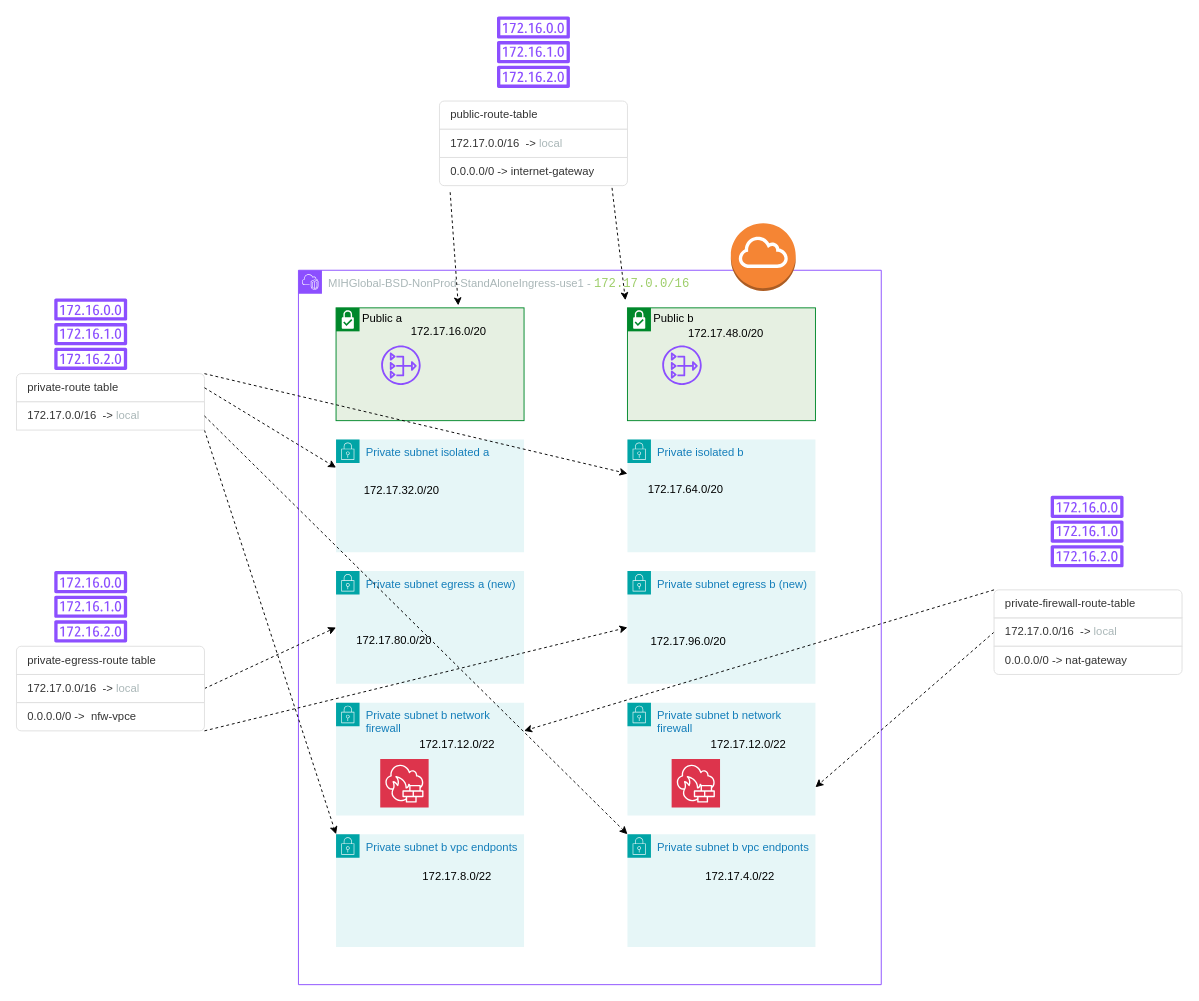
Before: scratch/workload-egress-network.drawio in nwisnewski89/homelab.wisnewski.io, a draw.io diagram. Source tidied: cells renumbered, new cells numbered last; positions are measured from the earlier drawing's top-left corner, leaving out a move shared by most shapes. Both pictures are drawn from the tidied source at 94%, with x=0, y=0 at pixel (16, 16).
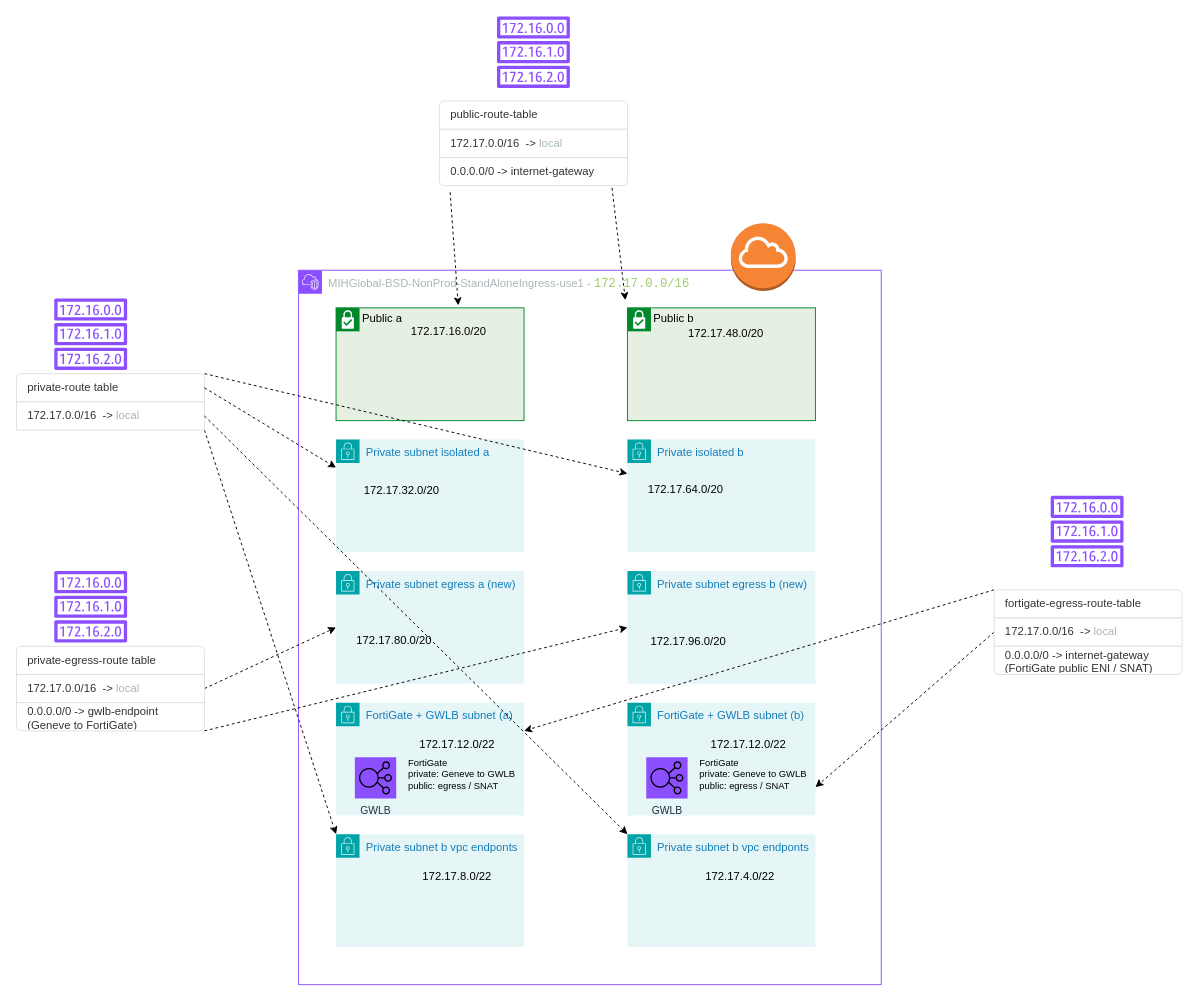
The same page after the edit.

Commit message (it also covers changes not shown here):
Network diagram updates

Unchanged cells that the change refers to:
```xml
<mxCell id="2" value="&lt;span style=&quot;background-color: light-dark(#ffffff, var(--ge-dark-color, #121212));&quot;&gt;MIHGlobal-BSD-NonProd-StandAloneIngress-use1 -&amp;nbsp;&lt;span style=&quot;color: rgb(158, 206, 106); font-family: &amp;quot;JetBrains Mono&amp;quot;, monospace, Consolas, &amp;quot;Courier New&amp;quot;, monospace; font-size: 13px; white-space: pre;&quot;&gt;172.17.0.0/16&lt;/span&gt;&lt;span style=&quot;color: light-dark(rgb(170, 183, 184), rgb(74, 85, 86));&quot;&gt;&amp;nbsp;&lt;/span&gt;&lt;/span&gt;" style="gradientColor=none;html=1;whiteSpace=wrap;fontSize=12;fontStyle=0;shape=mxgraph.aws4.group;grIcon=mxgraph.aws4.group_vpc2;strokeColor=#8C4FFF;fillColor=none;verticalAlign=top;align=left;spacingLeft=30;fontColor=#AAB7B8;dashed=0;" parent="1" vertex="1">
  <mxGeometry x="300" y="270" width="620" height="760" as="geometry" />
</mxCell>
<mxCell id="3" value="Public a" style="shape=mxgraph.ibm.box;prType=subnet;fontStyle=0;verticalAlign=top;align=left;spacingLeft=32;spacingTop=4;fillColor=#E6F0E2;rounded=0;whiteSpace=wrap;html=1;strokeColor=#00882B;strokeWidth=1;dashed=0;spacing=-4;" parent="2" vertex="1">
  <mxGeometry x="40" y="40" width="200" height="120" as="geometry" />
</mxCell>
<mxCell id="6" value="Public b" style="shape=mxgraph.ibm.box;prType=subnet;fontStyle=0;verticalAlign=top;align=left;spacingLeft=32;spacingTop=4;fillColor=#E6F0E2;rounded=0;whiteSpace=wrap;html=1;strokeColor=#00882B;strokeWidth=1;dashed=0;spacing=-4;" parent="2" vertex="1">
  <mxGeometry x="350" y="40" width="200" height="120" as="geometry" />
</mxCell>
<mxCell id="30" style="swimlane;fontStyle=0;horizontal=1;startSize=0;whiteSpace=wrap;html=1;strokeColor=none;fillColor=none;" parent="1" vertex="1">
  <mxGeometry y="670" width="200" height="90" as="geometry" />
</mxCell>
<mxCell id="43" style="swimlane;fontStyle=0;horizontal=1;startSize=0;whiteSpace=wrap;html=1;strokeColor=none;fillColor=none;" parent="1" vertex="1">
  <mxGeometry x="1040" y="610" width="200" height="90" as="geometry" />
</mxCell>
```

Change to the diagram source:
```diff
@@
-    <mxCell id="5" style="sketch=0;fontColor=#232F3E;gradientColor=none;fillColor=#8C4FFF;strokeColor=none;dashed=0;verticalLabelPosition=bottom;verticalAlign=top;align=center;html=1;fontSize=12;fontStyle=0;shape=mxgraph.aws4.nat_gateway;" parent="3" vertex="1">
-      <mxGeometry x="48" y="40" width="42" height="42" as="geometry" />
-    </mxCell>
@@
-    <mxCell id="8" style="sketch=0;fontColor=#232F3E;gradientColor=none;fillColor=#8C4FFF;strokeColor=none;dashed=0;verticalLabelPosition=bottom;verticalAlign=top;align=center;html=1;fontSize=12;fontStyle=0;shape=mxgraph.aws4.nat_gateway;" parent="6" vertex="1">
-      <mxGeometry x="37" y="40" width="42" height="42" as="geometry" />
-    </mxCell>
@@
-    <mxCell id="19" value="Private subnet b network firewall" style="points=[[0,0],[0.25,0],[0.5,0],[0.75,0],[1,0],[1,0.25],[1,0.5],[1,0.75],[1,1],[0.75,1],[0.5,1],[0.25,1],[0,1],[0,0.75],[0,0.5],[0,0.25]];outlineConnect=0;gradientColor=none;html=1;whiteSpace=wrap;fontSize=12;fontStyle=0;shape=mxgraph.aws4.group;grIcon=mxgraph.aws4.group_security_group;grStroke=0;strokeColor=#00A4A6;fillColor=#E6F6F7;verticalAlign=top;align=left;spacingLeft=30;fontColor=#147EBA;dashed=0;" parent="2" vertex="1">
+    <mxCell id="19" value="FortiGate + GWLB subnet (a)" style="points=[[0,0],[0.25,0],[0.5,0],[0.75,0],[1,0],[1,0.25],[1,0.5],[1,0.75],[1,1],[0.75,1],[0.5,1],[0.25,1],[0,1],[0,0.75],[0,0.5],[0,0.25]];outlineConnect=0;gradientColor=none;html=1;whiteSpace=wrap;fontSize=12;fontStyle=0;shape=mxgraph.aws4.group;grIcon=mxgraph.aws4.group_security_group;grStroke=0;strokeColor=#00A4A6;fillColor=#E6F6F7;verticalAlign=top;align=left;spacingLeft=30;fontColor=#147EBA;dashed=0;" parent="2" vertex="1">
       <mxGeometry x="40" y="460" width="200" height="120" as="geometry" />
     </mxCell>
@@
-    <mxCell id="21" style="sketch=0;fontColor=#232F3E;fillColor=#DD344C;strokeColor=#ffffff;dashed=0;verticalLabelPosition=bottom;verticalAlign=top;align=center;html=1;fontSize=12;fontStyle=0;shape=mxgraph.aws4.resourceIcon;resIcon=mxgraph.aws4.network_firewall;" parent="19" vertex="1">
-      <mxGeometry x="47" y="60" width="51.5" height="51.5" as="geometry" />
+    <mxCell id="21" value="GWLB" style="sketch=0;fontColor=#232F3E;gradientColor=none;fillColor=#8C4FFF;strokeColor=none;dashed=0;verticalLabelPosition=bottom;verticalAlign=top;align=center;html=1;fontSize=11;fontStyle=0;shape=mxgraph.aws4.resourceIcon;resIcon=mxgraph.aws4.elastic_load_balancing;" parent="19" vertex="1">
+      <mxGeometry x="20" y="58" width="44" height="44" as="geometry" />
     </mxCell>
+    <mxCell id="57" value="FortiGate&lt;br&gt;private: Geneve to GWLB&lt;br&gt;public: egress / SNAT" style="text;html=1;whiteSpace=wrap;strokeColor=none;fillColor=none;align=left;verticalAlign=top;rounded=0;fontSize=10;" parent="19" vertex="1">
+      <mxGeometry x="75" y="52" width="120" height="52" as="geometry" />
+    </mxCell>
-    <mxCell id="22" value="Private subnet b network firewall" style="points=[[0,0],[0.25,0],[0.5,0],[0.75,0],[1,0],[1,0.25],[1,0.5],[1,0.75],[1,1],[0.75,1],[0.5,1],[0.25,1],[0,1],[0,0.75],[0,0.5],[0,0.25]];outlineConnect=0;gradientColor=none;html=1;whiteSpace=wrap;fontSize=12;fontStyle=0;shape=mxgraph.aws4.group;grIcon=mxgraph.aws4.group_security_group;grStroke=0;strokeColor=#00A4A6;fillColor=#E6F6F7;verticalAlign=top;align=left;spacingLeft=30;fontColor=#147EBA;dashed=0;" parent="2" vertex="1">
+    <mxCell id="22" value="FortiGate + GWLB subnet (b)" style="points=[[0,0],[0.25,0],[0.5,0],[0.75,0],[1,0],[1,0.25],[1,0.5],[1,0.75],[1,1],[0.75,1],[0.5,1],[0.25,1],[0,1],[0,0.75],[0,0.5],[0,0.25]];outlineConnect=0;gradientColor=none;html=1;whiteSpace=wrap;fontSize=12;fontStyle=0;shape=mxgraph.aws4.group;grIcon=mxgraph.aws4.group_security_group;grStroke=0;strokeColor=#00A4A6;fillColor=#E6F6F7;verticalAlign=top;align=left;spacingLeft=30;fontColor=#147EBA;dashed=0;" parent="2" vertex="1">
       <mxGeometry x="350" y="460" width="200" height="120" as="geometry" />
     </mxCell>
@@
-    <mxCell id="24" style="sketch=0;fontColor=#232F3E;fillColor=#DD344C;strokeColor=#ffffff;dashed=0;verticalLabelPosition=bottom;verticalAlign=top;align=center;html=1;fontSize=12;fontStyle=0;shape=mxgraph.aws4.resourceIcon;resIcon=mxgraph.aws4.network_firewall;" parent="22" vertex="1">
-      <mxGeometry x="47" y="60" width="51.5" height="51.5" as="geometry" />
+    <mxCell id="24" value="GWLB" style="sketch=0;fontColor=#232F3E;gradientColor=none;fillColor=#8C4FFF;strokeColor=none;dashed=0;verticalLabelPosition=bottom;verticalAlign=top;align=center;html=1;fontSize=11;fontStyle=0;shape=mxgraph.aws4.resourceIcon;resIcon=mxgraph.aws4.elastic_load_balancing;" parent="22" vertex="1">
+      <mxGeometry x="20" y="58" width="44" height="44" as="geometry" />
     </mxCell>
+    <mxCell id="58" value="FortiGate&lt;br&gt;private: Geneve to GWLB&lt;br&gt;public: egress / SNAT" style="text;html=1;whiteSpace=wrap;strokeColor=none;fillColor=none;align=left;verticalAlign=top;rounded=0;fontSize=10;" parent="22" vertex="1">
+      <mxGeometry x="75" y="52" width="120" height="52" as="geometry" />
+    </mxCell>
@@
-    <mxCell id="33" value="0.0.0.0/0 -&amp;gt;&amp;nbsp; nfw-vpce" style="text;strokeColor=#DFDFDF;fillColor=#FFFFFF;align=left;verticalAlign=middle;spacingLeft=10;spacingRight=10;overflow=hidden;whiteSpace=wrap;html=1;shape=mxgraph.bootstrap.bottomButton;rSize=5;fontColor=#333333;" parent="30" vertex="1">
+    <mxCell id="33" value="0.0.0.0/0 -&amp;gt; gwlb-endpoint (Geneve to FortiGate)" style="text;strokeColor=#DFDFDF;fillColor=#FFFFFF;align=left;verticalAlign=middle;spacingLeft=10;spacingRight=10;overflow=hidden;whiteSpace=wrap;html=1;shape=mxgraph.bootstrap.bottomButton;rSize=5;fontColor=#333333;" parent="30" vertex="1">
       <mxGeometry y="60" width="200" height="30" as="geometry" />
     </mxCell>
@@
-    <mxCell id="44" value="private-firewall-route-table" style="text;strokeColor=#DFDFDF;fillColor=#FFFFFF;align=left;verticalAlign=middle;spacingLeft=10;spacingRight=10;overflow=hidden;whiteSpace=wrap;html=1;shape=mxgraph.bootstrap.topButton;rSize=5;fontColor=#333333;" parent="43" vertex="1">
+    <mxCell id="44" value="fortigate-egress-route-table" style="text;strokeColor=#DFDFDF;fillColor=#FFFFFF;align=left;verticalAlign=middle;spacingLeft=10;spacingRight=10;overflow=hidden;whiteSpace=wrap;html=1;shape=mxgraph.bootstrap.topButton;rSize=5;fontColor=#333333;" parent="43" vertex="1">
       <mxGeometry width="200" height="30" as="geometry" />
     </mxCell>
@@
-    <mxCell id="46" value="0.0.0.0/0 -&amp;gt; nat-gateway" style="text;strokeColor=#DFDFDF;fillColor=#FFFFFF;align=left;verticalAlign=middle;spacingLeft=10;spacingRight=10;overflow=hidden;whiteSpace=wrap;html=1;shape=mxgraph.bootstrap.bottomButton;rSize=5;fontColor=#333333;" parent="43" vertex="1">
+    <mxCell id="46" value="0.0.0.0/0 -&amp;gt; internet-gateway (FortiGate public ENI / SNAT)" style="text;strokeColor=#DFDFDF;fillColor=#FFFFFF;align=left;verticalAlign=middle;spacingLeft=10;spacingRight=10;overflow=hidden;whiteSpace=wrap;html=1;shape=mxgraph.bootstrap.bottomButton;rSize=5;fontColor=#333333;" parent="43" vertex="1">
       <mxGeometry y="60" width="200" height="30" as="geometry" />
     </mxCell>
```
